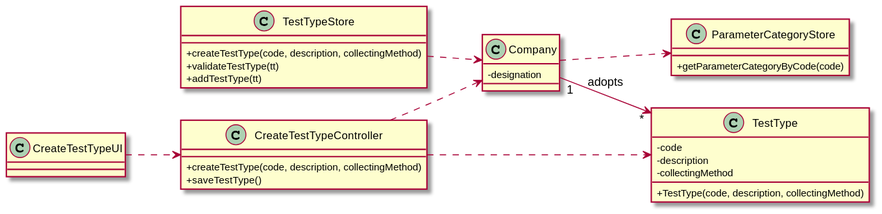
0franciscor/lei-21-s2-1de-g19 keeps this PlantUML diagram as docs/SprintB/US09/US09-CD.svg. Above is the earlier version.
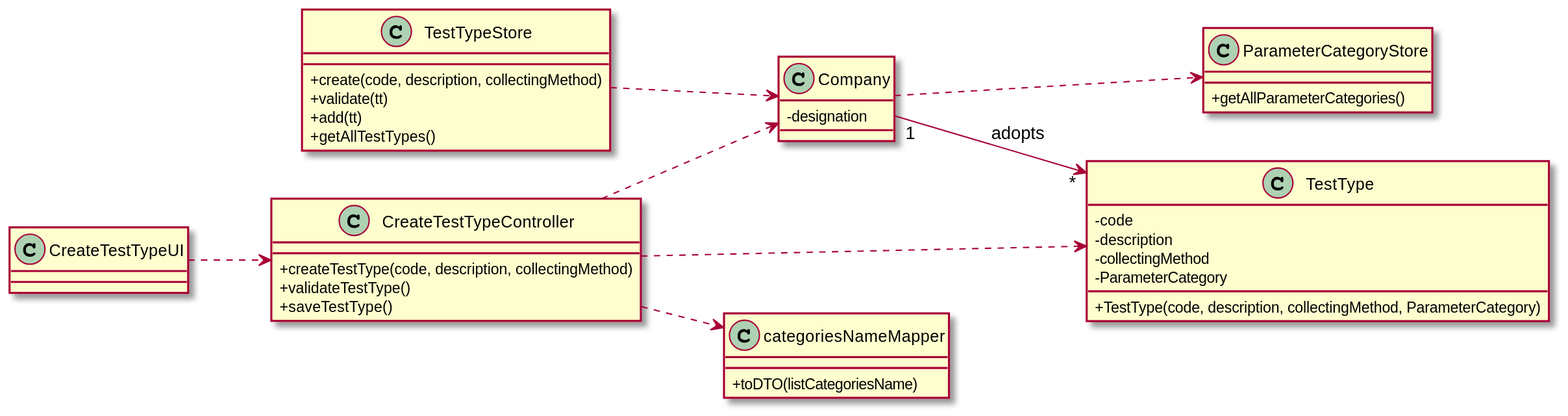
Later version of the same file.

Change to the diagram source:
```diff
@@ -6,25 +6,32 @@
 -designation
 }
 
+class "categoriesNameMapper" as cNM {
++toDTO(listCategoriesName)
+}
+
 class "TestTypeStore" as TTS{
-+createTestType(code, description, collectingMethod)
-+validateTestType(tt)
-+addTestType(tt)
++create(code, description, collectingMethod)
++validate(tt)
++add(tt)
++getAllTestTypes()
 }
 
 class "ParameterCategoryStore" as PCS{
-+getParameterCategoryByCode(code)
++getAllParameterCategories()
 }
 
 class "TestType" as TT {
 -code
 -description
 -collectingMethod
-+TestType(code, description, collectingMethod)
+-ParameterCategory
++TestType(code, description, collectingMethod, ParameterCategory)
 }
 
 class "CreateTestTypeController" as CTTC {
 +createTestType(code, description, collectingMethod)
++validateTestType()
 +saveTestType()
 }
 
@@ -33,10 +40,15 @@
 class "CreateTestTypeController" as CTTC
 
 CTTUI ..> CTTC
+
 C ..> PCS
+
 TTS ..> C
+
 CTTC ..> TT
 CTTC ..> C
+CTTC ..> cNM
+
 C "1" --> "*" TT : adopts
 
 @enduml
```
